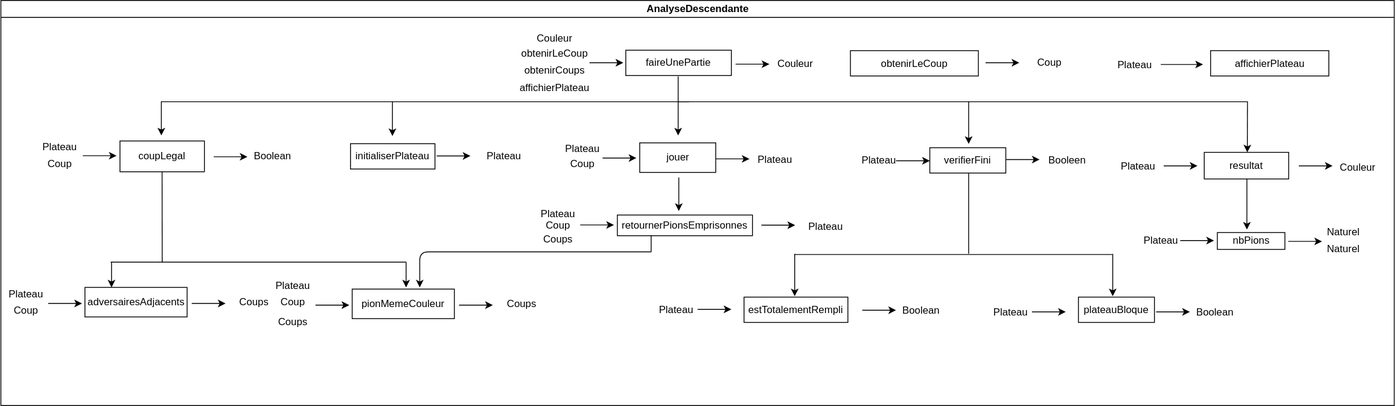
The draw.io diagram rapport/analyse/FaireUnePartie.drawio.svg in Sachawski/othelloiti3, before a commit. Source tidied: cells renumbered, new cells last; positions are measured from the earlier drawing's top-left corner, leaving out a move shared by most shapes.
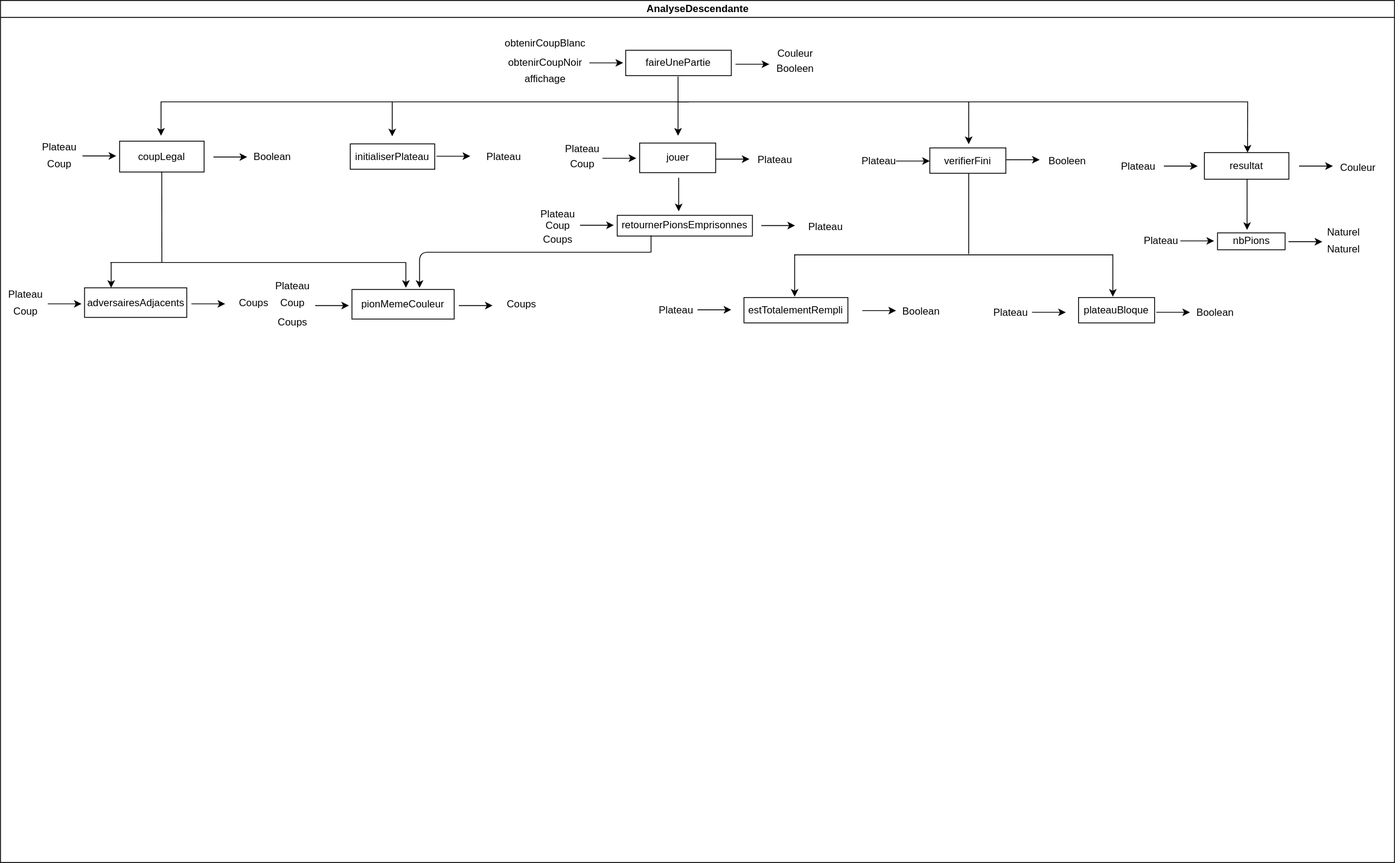
Later version of the same file.

What changed in the source:
```diff
@@ -3,7 +3,7 @@
     <mxCell id="0" />
     <mxCell id="1" parent="0" />
     <mxCell id="2" value="AnalyseDescendante" style="swimlane;html=1;startSize=20;horizontal=1;containerType=tree;glass=0;" parent="1" vertex="1">
-      <mxGeometry width="1650" height="480" as="geometry" />
+      <mxGeometry width="1650" height="1020" as="geometry" />
     </mxCell>
     <mxCell id="3" value="faireUnePartie" style="rounded=0;whiteSpace=wrap;html=1;" parent="2" vertex="1">
       <mxGeometry x="740" y="59" width="125" height="30" as="geometry" />
@@ -14,11 +14,8 @@
         <mxPoint x="737" y="73.9" as="targetPoint" />
       </mxGeometry>
     </mxCell>
-    <mxCell id="5" value="Couleur" style="text;html=1;strokeColor=none;fillColor=none;align=center;verticalAlign=middle;whiteSpace=wrap;rounded=0;" parent="2" vertex="1">
-      <mxGeometry x="626" y="29.5" width="60" height="30" as="geometry" />
-    </mxCell>
     <mxCell id="6" value="Couleur" style="text;html=1;strokeColor=none;fillColor=none;align=center;verticalAlign=middle;whiteSpace=wrap;rounded=0;" parent="2" vertex="1">
-      <mxGeometry x="910.5" y="59.5" width="60" height="30" as="geometry" />
+      <mxGeometry x="910.5" y="47.5" width="60" height="30" as="geometry" />
     </mxCell>
     <mxCell id="7" style="endArrow=classic;html=1;rounded=0;" parent="2" edge="1">
       <mxGeometry relative="1" as="geometry">
@@ -68,9 +65,6 @@
         <mxPoint x="480" y="310" as="targetPoint" />
       </mxGeometry>
     </mxCell>
-    <mxCell id="15" value="obtenirLeCoup" style="text;html=1;strokeColor=none;fillColor=none;align=center;verticalAlign=middle;whiteSpace=wrap;rounded=0;" parent="2" vertex="1">
-      <mxGeometry x="626" y="47.5" width="60" height="30" as="geometry" />
-    </mxCell>
     <mxCell id="16" style="endArrow=classic;html=1;" parent="2" edge="1">
       <mxGeometry relative="1" as="geometry">
         <mxPoint x="802" y="90" as="sourcePoint" />
@@ -415,39 +409,12 @@
     <mxCell id="97" value="Plateau" style="text;html=1;strokeColor=none;fillColor=none;align=center;verticalAlign=middle;whiteSpace=wrap;rounded=0;" parent="2" vertex="1">
       <mxGeometry x="946.5" y="252.5" width="60" height="30" as="geometry" />
     </mxCell>
-    <mxCell id="98" value="obtenirCoups" style="text;html=1;strokeColor=none;fillColor=none;align=center;verticalAlign=middle;whiteSpace=wrap;rounded=0;" parent="2" vertex="1">
-      <mxGeometry x="626" y="67.5" width="60" height="30" as="geometry" />
+    <mxCell id="98" value="obtenirCoupBlanc" style="text;html=1;strokeColor=none;fillColor=none;align=center;verticalAlign=middle;whiteSpace=wrap;rounded=0;" parent="2" vertex="1">
+      <mxGeometry x="590" y="36" width="110" height="30" as="geometry" />
     </mxCell>
-    <mxCell id="99" value="affichierPlateau" style="text;html=1;strokeColor=none;fillColor=none;align=center;verticalAlign=middle;whiteSpace=wrap;rounded=0;" parent="2" vertex="1">
-      <mxGeometry x="626" y="88.5" width="60" height="30" as="geometry" />
+    <mxCell id="99" value="affichage" style="text;html=1;strokeColor=none;fillColor=none;align=center;verticalAlign=middle;whiteSpace=wrap;rounded=0;" parent="2" vertex="1">
+      <mxGeometry x="615" y="77.5" width="60" height="30" as="geometry" />
     </mxCell>
-    <mxCell id="100" value="affichierPlateau" style="rounded=0;whiteSpace=wrap;html=1;" parent="2" vertex="1">
-      <mxGeometry x="1432.5" y="59.5" width="140" height="30" as="geometry" />
-    </mxCell>
-    <mxCell id="101" style="endArrow=classic;html=1;" parent="2" edge="1">
-      <mxGeometry relative="1" as="geometry">
-        <mxPoint x="1373.5" y="75.9" as="sourcePoint" />
-        <mxPoint x="1423.5" y="75.9" as="targetPoint" />
-      </mxGeometry>
-    </mxCell>
-    <mxCell id="102" style="group;" parent="2" vertex="1">
-      <mxGeometry x="1006" y="58.5" width="266" height="31" as="geometry" />
-    </mxCell>
-    <mxCell id="103" value="obtenirLeCoup" style="rounded=0;whiteSpace=wrap;html=1;" parent="102" vertex="1">
-      <mxGeometry y="1" width="151.5" height="30" as="geometry" />
-    </mxCell>
-    <mxCell id="104" style="endArrow=classic;html=1;" parent="102" edge="1">
-      <mxGeometry relative="1" as="geometry">
-        <mxPoint x="160" y="15.3" as="sourcePoint" />
-        <mxPoint x="200" y="15.3" as="targetPoint" />
-      </mxGeometry>
-    </mxCell>
-    <mxCell id="105" value="Coup" style="text;html=1;strokeColor=none;fillColor=none;align=center;verticalAlign=middle;whiteSpace=wrap;rounded=0;" parent="102" vertex="1">
-      <mxGeometry x="206" width="60" height="30" as="geometry" />
-    </mxCell>
-    <mxCell id="106" value="Plateau" style="text;html=1;strokeColor=none;fillColor=none;align=center;verticalAlign=middle;whiteSpace=wrap;rounded=0;" parent="2" vertex="1">
-      <mxGeometry x="1310.5" y="66" width="64" height="22.5" as="geometry" />
-    </mxCell>
     <mxCell id="107" style="endArrow=none;html=1;" parent="2" edge="1">
       <mxGeometry relative="1" as="geometry">
         <mxPoint x="1146" y="204.8" as="sourcePoint" />
@@ -460,5 +427,11 @@
         <mxPoint x="1476" y="180" as="targetPoint" />
       </mxGeometry>
     </mxCell>
+    <mxCell id="109" value="obtenirCoupNoir" style="text;html=1;strokeColor=none;fillColor=none;align=center;verticalAlign=middle;whiteSpace=wrap;rounded=0;" parent="2" vertex="1">
+      <mxGeometry x="615" y="58.5" width="60" height="30" as="geometry" />
+    </mxCell>
+    <mxCell id="110" value="Booleen" style="text;html=1;strokeColor=none;fillColor=none;align=center;verticalAlign=middle;whiteSpace=wrap;rounded=0;" parent="2" vertex="1">
+      <mxGeometry x="910.5" y="66" width="60" height="30" as="geometry" />
+    </mxCell>
   </root>
 </mxGraphModel>
```
